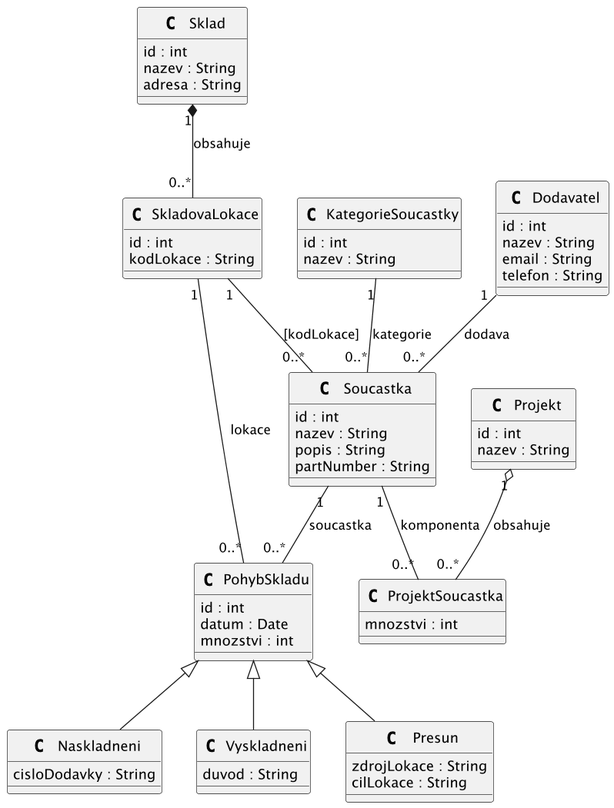
lkvapil/wms-elektronicke-soucastky keeps this PlantUML diagram as docs/images/02a_conceptual_model.png. Above is the earlier version.
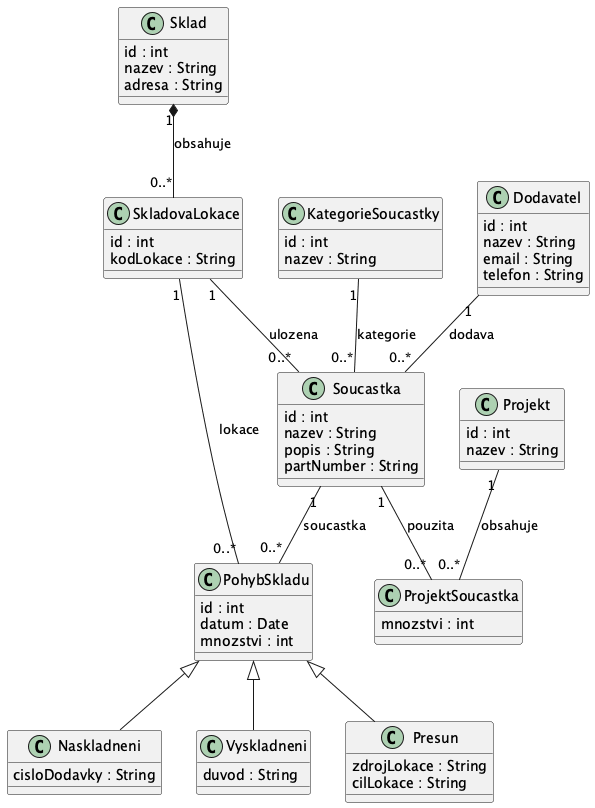
Above is the later version.

Commit message:
feat: nova verze UML - ulozena, pouzita, bez agregace, poradi trid

Diff of the diagram source:
```diff
@@ -1,9 +1,6 @@
 @startuml
+top to bottom direction
 skinparam classAttributeIconSize 0
-skinparam stereotypeCBackgroundColor transparent
-skinparam stereotypeCBorderColor transparent
-scale 1.3
-top to bottom direction
 
 class Sklad {
   id : int
@@ -16,6 +13,13 @@
   kodLokace : String
 }
 
+class Soucastka {
+  id : int
+  nazev : String
+  popis : String
+  partNumber : String
+}
+
 class KategorieSoucastky {
   id : int
   nazev : String
@@ -26,13 +30,6 @@
   nazev : String
   email : String
   telefon : String
-}
-
-class Soucastka {
-  id : int
-  nazev : String
-  popis : String
-  partNumber : String
 }
 
 class PohybSkladu {
@@ -65,19 +62,22 @@
 
 Sklad "1" *-- "0..*" SkladovaLokace : obsahuje
 
-SkladovaLokace "1" -- "0..*" Soucastka : [kodLokace]
+SkladovaLokace "1" -- "0..*" Soucastka : ulozena
 
 KategorieSoucastky "1" -- "0..*" Soucastka : kategorie
+
 Dodavatel "1" -- "0..*" Soucastka : dodava
 
 Soucastka "1" -- "0..*" PohybSkladu : soucastka
+
 SkladovaLokace "1" -- "0..*" PohybSkladu : lokace
 
 PohybSkladu <|-- Naskladneni
 PohybSkladu <|-- Vyskladneni
 PohybSkladu <|-- Presun
 
-Projekt "1" o-- "0..*" ProjektSoucastka : obsahuje
-Soucastka "1" -- "0..*" ProjektSoucastka : komponenta
+Projekt "1" -- "0..*" ProjektSoucastka : obsahuje
+
+Soucastka "1" -- "0..*" ProjektSoucastka : pouzita
 
 @enduml
```
